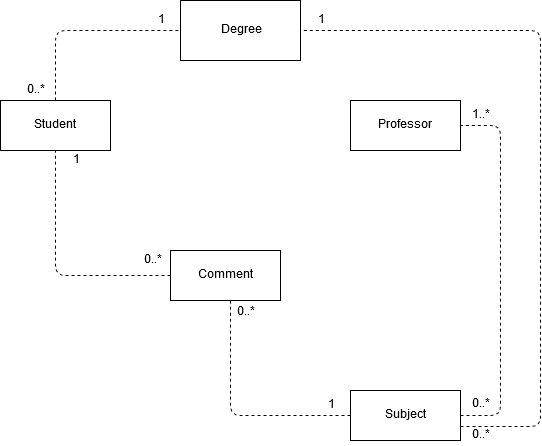
Earlier version of the draw.io export doc/images/diagrams/AnalysisUML.png (alicenannini/LargeScale_Task3). Source tidied: cells renumbered, new cells last; positions are measured from the earlier drawing's top-left corner, leaving out a move shared by most shapes. The source it was exported from:
```xml
<mxGraphModel>
  <root>
    <mxCell id="0" />
    <mxCell id="1" parent="0" />
    <mxCell id="2" value="Student" style="html=1;" parent="1" vertex="1">
      <mxGeometry y="100" width="110" height="50" as="geometry" />
    </mxCell>
    <mxCell id="3" value="Professor" style="html=1;" parent="1" vertex="1">
      <mxGeometry x="350" y="100" width="110" height="50" as="geometry" />
    </mxCell>
    <mxCell id="4" value="Comment" style="html=1;" parent="1" vertex="1">
      <mxGeometry x="170" y="250" width="110" height="50" as="geometry" />
    </mxCell>
    <mxCell id="5" value="Subject" style="html=1;" parent="1" vertex="1">
      <mxGeometry x="350" y="390" width="110" height="50" as="geometry" />
    </mxCell>
    <mxCell id="6" style="endArrow=none;dashed=1;html=1;entryX=0.5;entryY=1;entryDx=0;entryDy=0;exitX=0;exitY=0.5;exitDx=0;exitDy=0;" parent="1" edge="1" source="4" target="2">
      <mxGeometry relative="1" as="geometry">
        <Array as="points">
          <mxPoint x="55" y="275" />
        </Array>
      </mxGeometry>
    </mxCell>
    <mxCell id="7" value="0..*" style="text;html=1;strokeColor=none;fillColor=none;align=center;verticalAlign=middle;whiteSpace=wrap;rounded=0;" parent="1" vertex="1">
      <mxGeometry x="132" y="250" width="40" height="20" as="geometry" />
    </mxCell>
    <mxCell id="8" value="1" style="text;html=1;strokeColor=none;fillColor=none;align=center;verticalAlign=middle;whiteSpace=wrap;rounded=0;" parent="1" vertex="1">
      <mxGeometry x="55" y="150" width="40" height="20" as="geometry" />
    </mxCell>
    <mxCell id="9" style="endArrow=none;dashed=1;html=1;exitX=0;exitY=0.5;exitDx=0;exitDy=0;" parent="1" edge="1" source="5">
      <mxGeometry relative="1" as="geometry">
        <mxPoint x="230" y="300" as="targetPoint" />
        <Array as="points">
          <mxPoint x="230" y="415" />
        </Array>
      </mxGeometry>
    </mxCell>
    <mxCell id="10" value="0..*" style="text;html=1;strokeColor=none;fillColor=none;align=center;verticalAlign=middle;whiteSpace=wrap;rounded=0;" parent="1" vertex="1">
      <mxGeometry x="225" y="302" width="40" height="20" as="geometry" />
    </mxCell>
    <mxCell id="11" value="1" style="text;html=1;strokeColor=none;fillColor=none;align=center;verticalAlign=middle;whiteSpace=wrap;rounded=0;" parent="1" vertex="1">
      <mxGeometry x="310" y="395" width="40" height="20" as="geometry" />
    </mxCell>
    <mxCell id="12" value="Degree" style="rounded=0;whiteSpace=wrap;html=1;" parent="1" vertex="1">
      <mxGeometry x="180" width="120" height="60" as="geometry" />
    </mxCell>
    <mxCell id="13" style="endArrow=none;dashed=1;html=1;entryX=0;entryY=0.5;entryDx=0;entryDy=0;" parent="1" edge="1" target="12">
      <mxGeometry relative="1" as="geometry">
        <mxPoint x="55" y="100" as="sourcePoint" />
        <Array as="points">
          <mxPoint x="55" y="30" />
        </Array>
      </mxGeometry>
    </mxCell>
    <mxCell id="14" value="1" style="text;html=1;strokeColor=none;fillColor=none;align=center;verticalAlign=middle;whiteSpace=wrap;rounded=0;" parent="1" vertex="1">
      <mxGeometry x="140" y="10" width="40" height="20" as="geometry" />
    </mxCell>
    <mxCell id="15" value="0..*" style="text;html=1;strokeColor=none;fillColor=none;align=center;verticalAlign=middle;whiteSpace=wrap;rounded=0;" parent="1" vertex="1">
      <mxGeometry x="15" y="80" width="40" height="20" as="geometry" />
    </mxCell>
    <mxCell id="16" style="endArrow=none;dashed=1;html=1;entryX=1;entryY=0.5;entryDx=0;entryDy=0;" parent="1" edge="1" target="3">
      <mxGeometry relative="1" as="geometry">
        <mxPoint x="460" y="415" as="sourcePoint" />
        <Array as="points">
          <mxPoint x="500" y="415" />
          <mxPoint x="500" y="125" />
        </Array>
      </mxGeometry>
    </mxCell>
    <mxCell id="17" value="0..*" style="text;html=1;strokeColor=none;fillColor=none;align=center;verticalAlign=middle;whiteSpace=wrap;rounded=0;" parent="1" vertex="1">
      <mxGeometry x="460" y="394" width="40" height="20" as="geometry" />
    </mxCell>
    <mxCell id="18" value="1..*" style="text;html=1;strokeColor=none;fillColor=none;align=center;verticalAlign=middle;whiteSpace=wrap;rounded=0;" parent="1" vertex="1">
      <mxGeometry x="460" y="105" width="40" height="20" as="geometry" />
    </mxCell>
    <mxCell id="19" style="endArrow=none;dashed=1;html=1;entryX=1;entryY=0.5;entryDx=0;entryDy=0;" parent="1" edge="1" target="12">
      <mxGeometry relative="1" as="geometry">
        <mxPoint x="460" y="426" as="sourcePoint" />
        <Array as="points">
          <mxPoint x="540" y="426" />
          <mxPoint x="540" y="30" />
        </Array>
      </mxGeometry>
    </mxCell>
    <mxCell id="20" value="0..*" style="text;html=1;strokeColor=none;fillColor=none;align=center;verticalAlign=middle;whiteSpace=wrap;rounded=0;" parent="1" vertex="1">
      <mxGeometry x="460" y="425" width="40" height="20" as="geometry" />
    </mxCell>
    <mxCell id="21" value="1" style="text;html=1;strokeColor=none;fillColor=none;align=center;verticalAlign=middle;whiteSpace=wrap;rounded=0;" parent="1" vertex="1">
      <mxGeometry x="300" y="10" width="40" height="20" as="geometry" />
    </mxCell>
  </root>
</mxGraphModel>
```
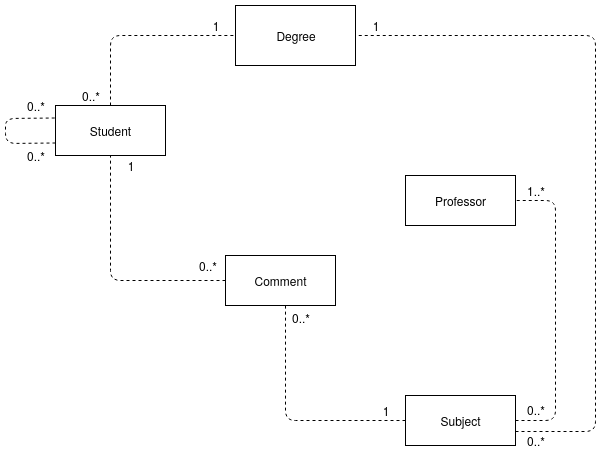
Above is the later version.

Change to the diagram source:
```diff
@@ -6,7 +6,7 @@
       <mxGeometry y="100" width="110" height="50" as="geometry" />
     </mxCell>
     <mxCell id="3" value="Professor" style="html=1;" parent="1" vertex="1">
-      <mxGeometry x="350" y="100" width="110" height="50" as="geometry" />
+      <mxGeometry x="350" y="170" width="110" height="50" as="geometry" />
     </mxCell>
     <mxCell id="4" value="Comment" style="html=1;" parent="1" vertex="1">
       <mxGeometry x="170" y="250" width="110" height="50" as="geometry" />
@@ -63,7 +63,7 @@
         <mxPoint x="460" y="415" as="sourcePoint" />
         <Array as="points">
           <mxPoint x="500" y="415" />
-          <mxPoint x="500" y="125" />
+          <mxPoint x="500" y="195" />
         </Array>
       </mxGeometry>
     </mxCell>
@@ -71,7 +71,7 @@
       <mxGeometry x="460" y="394" width="40" height="20" as="geometry" />
     </mxCell>
     <mxCell id="18" value="1..*" style="text;html=1;strokeColor=none;fillColor=none;align=center;verticalAlign=middle;whiteSpace=wrap;rounded=0;" parent="1" vertex="1">
-      <mxGeometry x="460" y="105" width="40" height="20" as="geometry" />
+      <mxGeometry x="460" y="175" width="40" height="20" as="geometry" />
     </mxCell>
     <mxCell id="19" style="endArrow=none;dashed=1;html=1;entryX=1;entryY=0.5;entryDx=0;entryDy=0;" parent="1" edge="1" target="12">
       <mxGeometry relative="1" as="geometry">
@@ -88,5 +88,19 @@
     <mxCell id="21" value="1" style="text;html=1;strokeColor=none;fillColor=none;align=center;verticalAlign=middle;whiteSpace=wrap;rounded=0;" parent="1" vertex="1">
       <mxGeometry x="300" y="10" width="40" height="20" as="geometry" />
     </mxCell>
+    <mxCell id="22" style="endArrow=none;dashed=1;html=1;entryX=0;entryY=0.25;entryDx=0;entryDy=0;exitX=0;exitY=0.75;exitDx=0;exitDy=0;" parent="1" edge="1" source="2" target="2">
+      <mxGeometry relative="1" as="geometry">
+        <Array as="points">
+          <mxPoint x="-50" y="138" />
+          <mxPoint x="-50" y="113" />
+        </Array>
+      </mxGeometry>
+    </mxCell>
+    <mxCell id="23" value="0..*" style="text;html=1;strokeColor=none;fillColor=none;align=center;verticalAlign=middle;whiteSpace=wrap;rounded=0;" parent="1" vertex="1">
+      <mxGeometry x="-40" y="90" width="40" height="20" as="geometry" />
+    </mxCell>
+    <mxCell id="24" value="0..*" style="text;html=1;strokeColor=none;fillColor=none;align=center;verticalAlign=middle;whiteSpace=wrap;rounded=0;" parent="1" vertex="1">
+      <mxGeometry x="-40" y="140" width="40" height="20" as="geometry" />
+    </mxCell>
   </root>
 </mxGraphModel>
```
